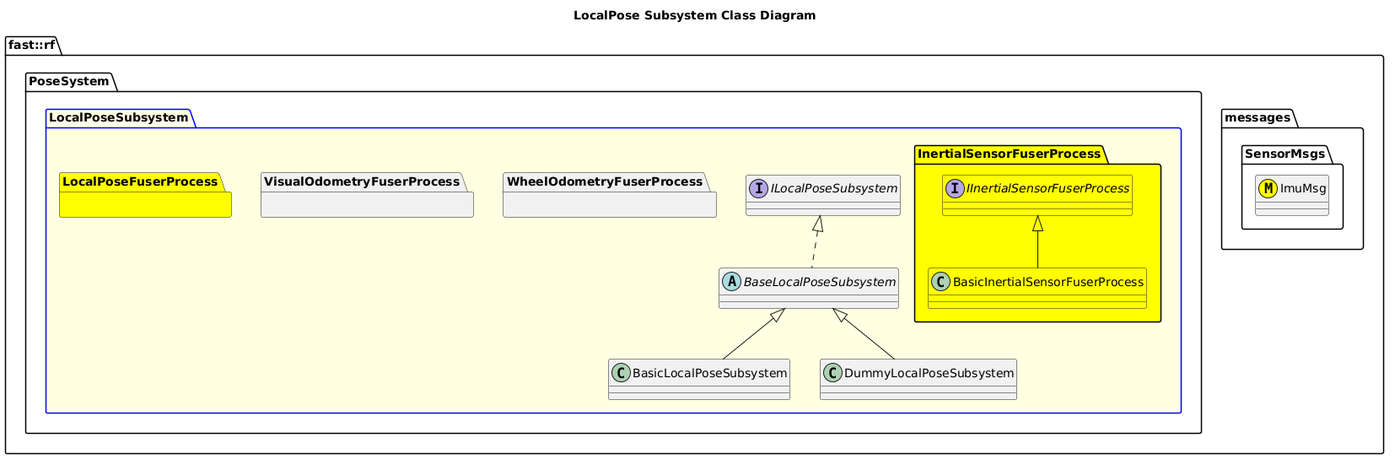
Earlier version of the PlantUML export Systems/Pose/Subsystems/LocalPose/doc/puml/LocalPoseSubsystemClassDiagram.png (fastrobotics/robot_framework).
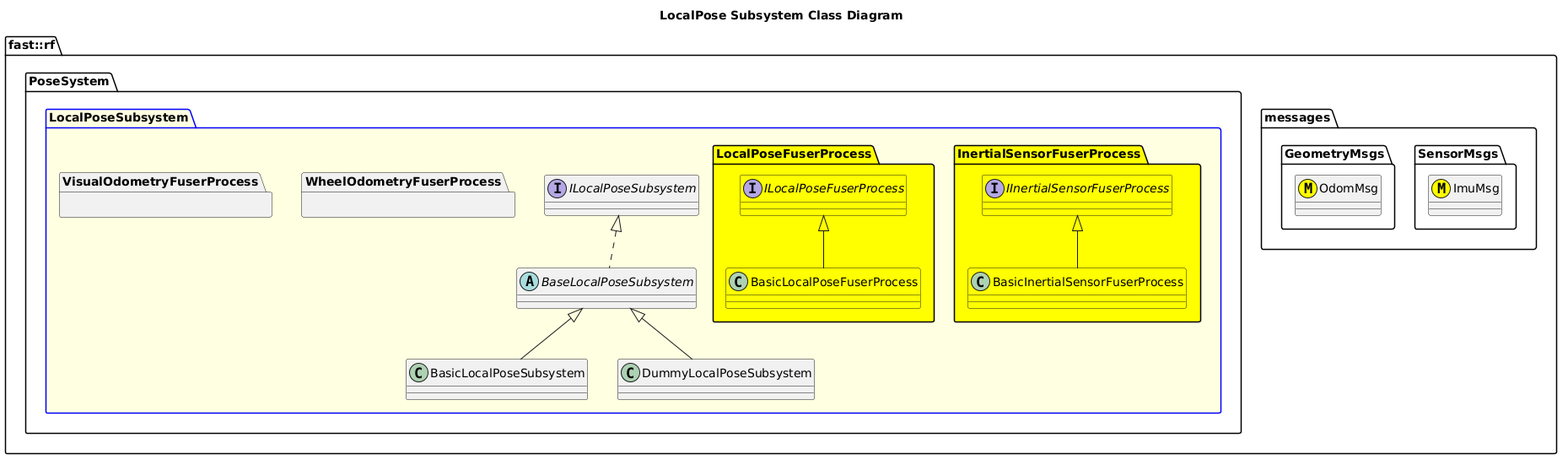
Above is the later version.

What changed in the source:
```diff
@@ -4,6 +4,9 @@
   namespace messages {
     namespace SensorMsgs {
       class ImuMsg <<(M,#FFFF00)>>
+    }
+    namespace GeometryMsgs {
+      class OdomMsg <<(M,#FFFF00)>>
     }
   }
   namespace PoseSystem {
@@ -34,7 +37,9 @@
 
       }
       namespace LocalPoseFuserProcess #Yellow {
-
+        interface ILocalPoseFuserProcess #Yellow {}
+        class BasicLocalPoseFuserProcess #Yellow {}
+        BasicLocalPoseFuserProcess -up-|> ILocalPoseFuserProcess
       }
 
     }
```
